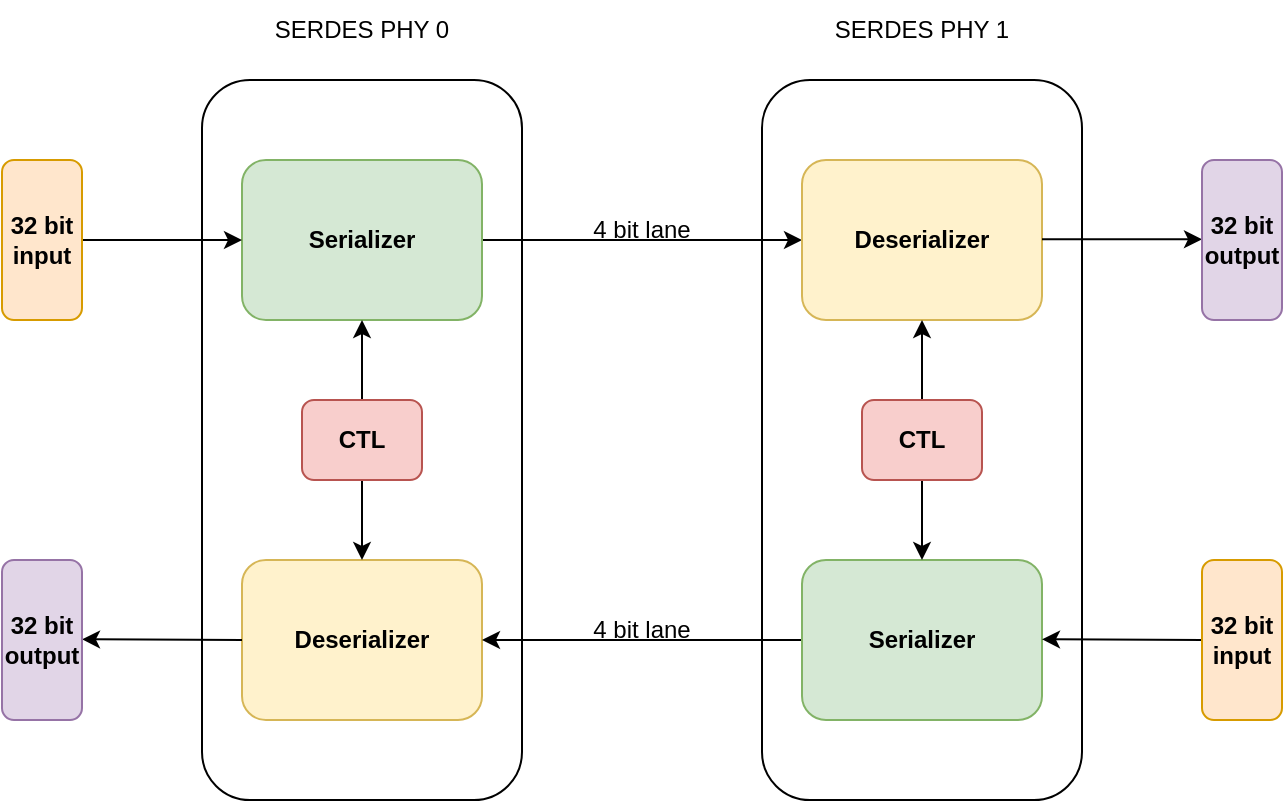
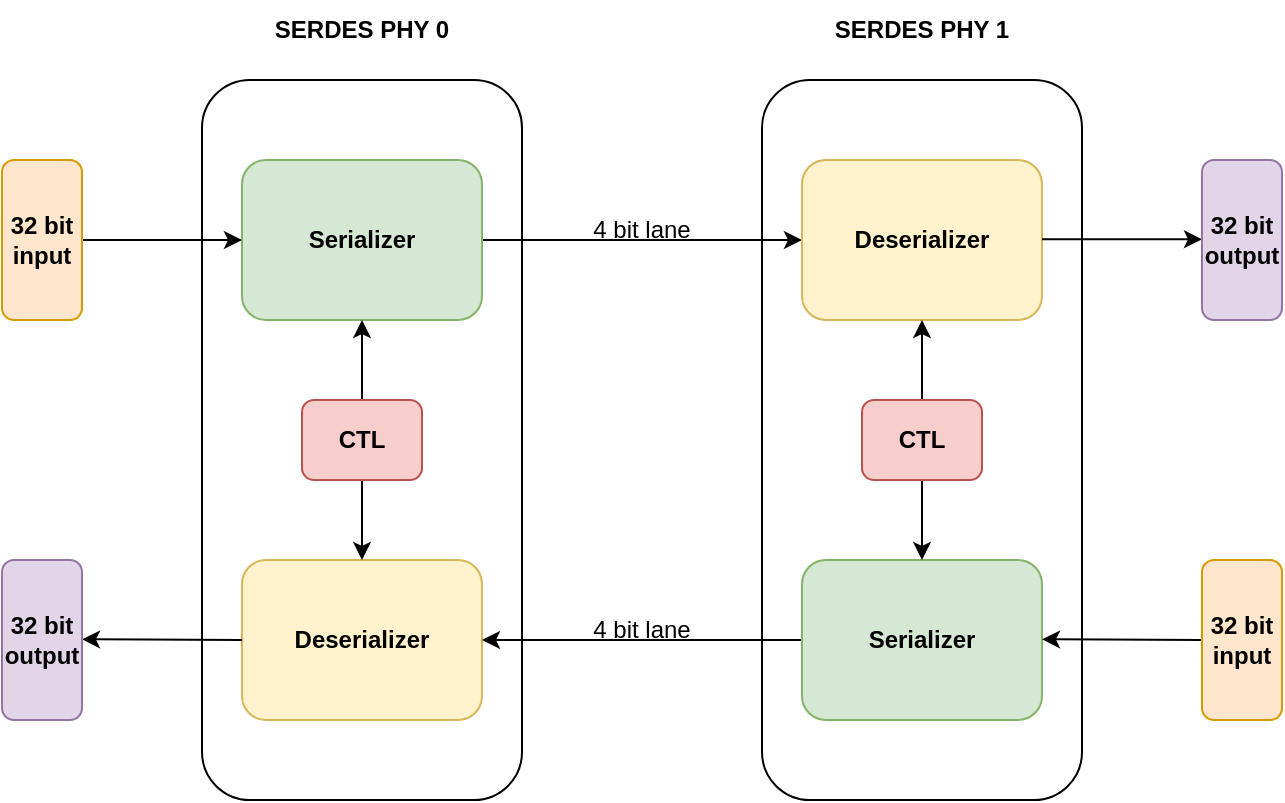
<mxfile host="app.diagrams.net" pages="6">
  <diagram name="SerDes Block Diagram" id="W4ALeMc_fcv-iuW4_5jM">
    <mxGraphModel dx="1426" dy="763" grid="1" gridSize="10" guides="1" tooltips="1" connect="1" arrows="1" fold="1" page="1" pageScale="1" pageWidth="850" pageHeight="1100" math="0" shadow="0">
      <root>
        <mxCell id="0" />
        <mxCell id="1" parent="0" />
        <mxCell id="13rOEOkUA4Yrk083lLE4-12" parent="1" style="rounded=1;whiteSpace=wrap;html=1;" value="" vertex="1">
          <mxGeometry height="360" width="160" x="460" y="160" as="geometry" />
        </mxCell>
        <mxCell id="13rOEOkUA4Yrk083lLE4-11" parent="1" style="rounded=1;whiteSpace=wrap;html=1;" value="" vertex="1">
          <mxGeometry height="360" width="160" x="180" y="160" as="geometry" />
        </mxCell>
        <mxCell id="13rOEOkUA4Yrk083lLE4-9" edge="1" parent="1" source="D67Tu_U39foHL8RCta2M-1" style="edgeStyle=orthogonalEdgeStyle;rounded=0;orthogonalLoop=1;jettySize=auto;html=1;exitX=1;exitY=0.5;exitDx=0;exitDy=0;entryX=0;entryY=0.5;entryDx=0;entryDy=0;" target="13rOEOkUA4Yrk083lLE4-4">
          <mxGeometry relative="1" as="geometry" />
        </mxCell>
        <mxCell id="D67Tu_U39foHL8RCta2M-1" parent="1" style="rounded=1;whiteSpace=wrap;html=1;fontStyle=1;fillColor=#d5e8d4;strokeColor=#82b366;" value="Serializer" vertex="1">
          <mxGeometry height="80" width="120" x="200" y="200" as="geometry" />
        </mxCell>
        <mxCell id="D67Tu_U39foHL8RCta2M-2" parent="1" style="rounded=1;whiteSpace=wrap;html=1;fontStyle=1;fillColor=#fff2cc;strokeColor=#d6b656;" value="Deserializer" vertex="1">
          <mxGeometry height="80" width="120" x="200" y="400" as="geometry" />
        </mxCell>
        <mxCell id="13rOEOkUA4Yrk083lLE4-2" edge="1" parent="1" source="13rOEOkUA4Yrk083lLE4-1" style="edgeStyle=orthogonalEdgeStyle;rounded=0;orthogonalLoop=1;jettySize=auto;html=1;entryX=0.5;entryY=1;entryDx=0;entryDy=0;" target="D67Tu_U39foHL8RCta2M-1">
          <mxGeometry relative="1" as="geometry" />
        </mxCell>
        <mxCell id="13rOEOkUA4Yrk083lLE4-3" edge="1" parent="1" source="13rOEOkUA4Yrk083lLE4-1" style="edgeStyle=orthogonalEdgeStyle;rounded=0;orthogonalLoop=1;jettySize=auto;html=1;entryX=0.5;entryY=0;entryDx=0;entryDy=0;" target="D67Tu_U39foHL8RCta2M-2">
          <mxGeometry relative="1" as="geometry" />
        </mxCell>
        <mxCell id="13rOEOkUA4Yrk083lLE4-1" parent="1" style="rounded=1;whiteSpace=wrap;html=1;fillColor=#f8cecc;strokeColor=#b85450;fontStyle=1" value="CTL" vertex="1">
          <mxGeometry height="40" width="60" x="230" y="320" as="geometry" />
        </mxCell>
        <mxCell id="13rOEOkUA4Yrk083lLE4-4" parent="1" style="rounded=1;whiteSpace=wrap;html=1;fontStyle=1;fillColor=#fff2cc;strokeColor=#d6b656;" value="Deserializer" vertex="1">
          <mxGeometry height="80" width="120" x="480" y="200" as="geometry" />
        </mxCell>
        <mxCell id="13rOEOkUA4Yrk083lLE4-10" edge="1" parent="1" source="13rOEOkUA4Yrk083lLE4-5" style="edgeStyle=orthogonalEdgeStyle;rounded=0;orthogonalLoop=1;jettySize=auto;html=1;entryX=1;entryY=0.5;entryDx=0;entryDy=0;" target="D67Tu_U39foHL8RCta2M-2">
          <mxGeometry relative="1" as="geometry" />
        </mxCell>
        <mxCell id="13rOEOkUA4Yrk083lLE4-5" parent="1" style="rounded=1;whiteSpace=wrap;html=1;fontStyle=1;fillColor=#d5e8d4;strokeColor=#82b366;" value="Serializer" vertex="1">
          <mxGeometry height="80" width="120" x="480" y="400" as="geometry" />
        </mxCell>
        <mxCell id="13rOEOkUA4Yrk083lLE4-6" edge="1" parent="1" source="13rOEOkUA4Yrk083lLE4-8" style="edgeStyle=orthogonalEdgeStyle;rounded=0;orthogonalLoop=1;jettySize=auto;html=1;entryX=0.5;entryY=1;entryDx=0;entryDy=0;" target="13rOEOkUA4Yrk083lLE4-4">
          <mxGeometry relative="1" as="geometry" />
        </mxCell>
        <mxCell id="13rOEOkUA4Yrk083lLE4-7" edge="1" parent="1" source="13rOEOkUA4Yrk083lLE4-8" style="edgeStyle=orthogonalEdgeStyle;rounded=0;orthogonalLoop=1;jettySize=auto;html=1;entryX=0.5;entryY=0;entryDx=0;entryDy=0;" target="13rOEOkUA4Yrk083lLE4-5">
          <mxGeometry relative="1" as="geometry" />
        </mxCell>
        <mxCell id="13rOEOkUA4Yrk083lLE4-8" parent="1" style="rounded=1;whiteSpace=wrap;html=1;fillColor=#f8cecc;strokeColor=#b85450;fontStyle=1" value="CTL" vertex="1">
          <mxGeometry height="40" width="60" x="510" y="320" as="geometry" />
        </mxCell>
        <mxCell id="13rOEOkUA4Yrk083lLE4-13" edge="1" parent="1" style="endArrow=classic;html=1;rounded=0;" value="">
          <mxGeometry height="50" relative="1" width="50" as="geometry">
            <mxPoint x="120" y="240" as="sourcePoint" />
            <mxPoint x="200" y="240" as="targetPoint" />
          </mxGeometry>
        </mxCell>
        <mxCell id="13rOEOkUA4Yrk083lLE4-14" edge="1" parent="1" style="endArrow=classic;html=1;rounded=0;" value="">
          <mxGeometry height="50" relative="1" width="50" as="geometry">
            <mxPoint x="600" y="239.66" as="sourcePoint" />
            <mxPoint x="680" y="239.66" as="targetPoint" />
          </mxGeometry>
        </mxCell>
        <mxCell id="13rOEOkUA4Yrk083lLE4-15" edge="1" parent="1" style="endArrow=classic;html=1;rounded=0;" value="">
          <mxGeometry height="50" relative="1" width="50" as="geometry">
            <mxPoint x="680" y="440" as="sourcePoint" />
            <mxPoint x="600" y="439.65999999999997" as="targetPoint" />
          </mxGeometry>
        </mxCell>
        <mxCell id="13rOEOkUA4Yrk083lLE4-16" edge="1" parent="1" style="endArrow=classic;html=1;rounded=0;" value="">
          <mxGeometry height="50" relative="1" width="50" as="geometry">
            <mxPoint x="200" y="440" as="sourcePoint" />
            <mxPoint x="120" y="439.65999999999997" as="targetPoint" />
          </mxGeometry>
        </mxCell>
        <mxCell id="13rOEOkUA4Yrk083lLE4-17" parent="1" style="rounded=1;whiteSpace=wrap;html=1;fillColor=#ffe6cc;strokeColor=#d79b00;fontStyle=1" value="32 bit input" vertex="1">
          <mxGeometry height="80" width="40" x="80" y="200" as="geometry" />
        </mxCell>
        <mxCell id="13rOEOkUA4Yrk083lLE4-18" parent="1" style="rounded=1;whiteSpace=wrap;html=1;fillColor=#e1d5e7;strokeColor=#9673a6;fontStyle=1" value="32 bit output" vertex="1">
          <mxGeometry height="80" width="40" x="80" y="400" as="geometry" />
        </mxCell>
        <mxCell id="13rOEOkUA4Yrk083lLE4-19" parent="1" style="rounded=1;whiteSpace=wrap;html=1;fillColor=#e1d5e7;strokeColor=#9673a6;fontStyle=1" value="32 bit output" vertex="1">
          <mxGeometry height="80" width="40" x="680" y="200" as="geometry" />
        </mxCell>
        <mxCell id="13rOEOkUA4Yrk083lLE4-20" parent="1" style="rounded=1;whiteSpace=wrap;html=1;fillColor=#ffe6cc;strokeColor=#d79b00;fontStyle=1" value="32 bit input" vertex="1">
          <mxGeometry height="80" width="40" x="680" y="400" as="geometry" />
        </mxCell>
        <mxCell id="13rOEOkUA4Yrk083lLE4-21" parent="1" style="text;html=1;whiteSpace=wrap;strokeColor=none;fillColor=none;align=center;verticalAlign=middle;rounded=0;" value="4 bit lane" vertex="1">
          <mxGeometry height="30" width="60" x="370" y="220" as="geometry" />
        </mxCell>
        <mxCell id="13rOEOkUA4Yrk083lLE4-22" parent="1" style="text;html=1;whiteSpace=wrap;strokeColor=none;fillColor=none;align=center;verticalAlign=middle;rounded=0;" value="4 bit lane" vertex="1">
          <mxGeometry height="30" width="60" x="370" y="420" as="geometry" />
        </mxCell>
-         <mxCell id="mlYiBdqm3hBiFLX8fkEW-1" parent="1" style="text;html=1;whiteSpace=wrap;strokeColor=none;fillColor=none;align=center;verticalAlign=middle;rounded=0;" value="SERDES PHY 0" vertex="1">
+         <mxCell id="mlYiBdqm3hBiFLX8fkEW-1" parent="1" style="text;html=1;whiteSpace=wrap;strokeColor=none;fillColor=none;align=center;verticalAlign=middle;rounded=0;fontStyle=1" value="SERDES PHY 0" vertex="1">
          <mxGeometry height="30" width="100" x="210" y="120" as="geometry" />
        </mxCell>
-         <mxCell id="mlYiBdqm3hBiFLX8fkEW-2" parent="1" style="text;html=1;whiteSpace=wrap;strokeColor=none;fillColor=none;align=center;verticalAlign=middle;rounded=0;" value="SERDES PHY 1" vertex="1">
+         <mxCell id="mlYiBdqm3hBiFLX8fkEW-2" parent="1" style="text;html=1;whiteSpace=wrap;strokeColor=none;fillColor=none;align=center;verticalAlign=middle;rounded=0;fontStyle=1" value="SERDES PHY 1" vertex="1">
          <mxGeometry height="30" width="100" x="490" y="120" as="geometry" />
        </mxCell>
      </root>
    </mxGraphModel>
  </diagram>
  <diagram id="SM-vHWCTu8mX1VBDOvTN" name="Serializer">
    <mxGraphModel dx="449" dy="631" grid="1" gridSize="10" guides="1" tooltips="1" connect="1" arrows="1" fold="1" page="1" pageScale="1" pageWidth="850" pageHeight="1100" math="0" shadow="0">
      <root>
        <mxCell id="0" />
        <mxCell id="1" parent="0" />
        <mxCell id="HrDtkqU3LfZi8aYhjFWm-23" parent="1" style="rounded=0;whiteSpace=wrap;html=1;fillColor=#f5f5f5;fontColor=#333333;strokeColor=#666666;" value="" vertex="1">
          <mxGeometry height="350" width="390" x="150" y="150" as="geometry" />
        </mxCell>
        <mxCell id="pC2hHluhtUZVfC5RP3EN-9" edge="1" parent="1" source="pC2hHluhtUZVfC5RP3EN-1" style="edgeStyle=orthogonalEdgeStyle;rounded=0;orthogonalLoop=1;jettySize=auto;html=1;entryX=0;entryY=0.5;entryDx=0;entryDy=0;strokeWidth=3;fontStyle=1" target="pC2hHluhtUZVfC5RP3EN-5">
          <mxGeometry relative="1" as="geometry" />
        </mxCell>
        <mxCell id="pC2hHluhtUZVfC5RP3EN-1" parent="1" style="rounded=1;whiteSpace=wrap;html=1;fontStyle=1;fillColor=#f8cecc;strokeColor=#b85450;" value="8b_10b encoder" vertex="1">
          <mxGeometry height="60" width="120" x="240" y="160" as="geometry" />
        </mxCell>
        <mxCell id="pC2hHluhtUZVfC5RP3EN-11" edge="1" parent="1" source="pC2hHluhtUZVfC5RP3EN-2" style="edgeStyle=orthogonalEdgeStyle;rounded=0;orthogonalLoop=1;jettySize=auto;html=1;strokeWidth=3;fontStyle=1" target="pC2hHluhtUZVfC5RP3EN-6" value="">
          <mxGeometry relative="1" as="geometry" />
        </mxCell>
        <mxCell id="pC2hHluhtUZVfC5RP3EN-2" parent="1" style="rounded=1;whiteSpace=wrap;html=1;fontStyle=1;fillColor=#f8cecc;strokeColor=#b85450;" value="8b_10b encoder" vertex="1">
          <mxGeometry height="60" width="120" x="240" y="240" as="geometry" />
        </mxCell>
        <mxCell id="pC2hHluhtUZVfC5RP3EN-12" edge="1" parent="1" source="pC2hHluhtUZVfC5RP3EN-3" style="edgeStyle=orthogonalEdgeStyle;rounded=0;orthogonalLoop=1;jettySize=auto;html=1;strokeWidth=3;fontStyle=1" target="pC2hHluhtUZVfC5RP3EN-7" value="">
          <mxGeometry relative="1" as="geometry" />
        </mxCell>
        <mxCell id="pC2hHluhtUZVfC5RP3EN-3" parent="1" style="rounded=1;whiteSpace=wrap;html=1;fontStyle=1;fillColor=#f8cecc;strokeColor=#b85450;" value="8b_10b encoder" vertex="1">
          <mxGeometry height="60" width="120" x="240" y="320" as="geometry" />
        </mxCell>
        <mxCell id="pC2hHluhtUZVfC5RP3EN-13" edge="1" parent="1" source="pC2hHluhtUZVfC5RP3EN-4" style="edgeStyle=orthogonalEdgeStyle;rounded=0;orthogonalLoop=1;jettySize=auto;html=1;strokeWidth=3;fontStyle=1" target="pC2hHluhtUZVfC5RP3EN-8" value="">
          <mxGeometry relative="1" as="geometry" />
        </mxCell>
        <mxCell id="pC2hHluhtUZVfC5RP3EN-4" parent="1" style="rounded=1;whiteSpace=wrap;html=1;fontStyle=1;fillColor=#f8cecc;strokeColor=#b85450;" value="8b_10b encoder" vertex="1">
          <mxGeometry height="60" width="120" x="240" y="400" as="geometry" />
        </mxCell>
        <mxCell id="89ZLC0GaL6CsAaurwa_B-12" edge="1" parent="1" source="pC2hHluhtUZVfC5RP3EN-5" style="edgeStyle=orthogonalEdgeStyle;rounded=0;orthogonalLoop=1;jettySize=auto;html=1;">
          <mxGeometry relative="1" as="geometry">
            <mxPoint x="560" y="190" as="targetPoint" />
          </mxGeometry>
        </mxCell>
        <mxCell id="pC2hHluhtUZVfC5RP3EN-5" parent="1" style="rounded=1;whiteSpace=wrap;html=1;fontStyle=1;fillColor=#ffe6cc;strokeColor=#d79b00;" value="PISO" vertex="1">
          <mxGeometry height="60" width="120" x="400" y="160" as="geometry" />
        </mxCell>
        <mxCell id="89ZLC0GaL6CsAaurwa_B-13" edge="1" parent="1" source="pC2hHluhtUZVfC5RP3EN-6" style="edgeStyle=orthogonalEdgeStyle;rounded=0;orthogonalLoop=1;jettySize=auto;html=1;">
          <mxGeometry relative="1" as="geometry">
            <mxPoint x="560" y="270" as="targetPoint" />
          </mxGeometry>
        </mxCell>
        <mxCell id="pC2hHluhtUZVfC5RP3EN-6" parent="1" style="rounded=1;whiteSpace=wrap;html=1;fontStyle=1;fillColor=#ffe6cc;strokeColor=#d79b00;" value="PISO" vertex="1">
          <mxGeometry height="60" width="120" x="400" y="240" as="geometry" />
        </mxCell>
        <mxCell id="89ZLC0GaL6CsAaurwa_B-14" edge="1" parent="1" source="pC2hHluhtUZVfC5RP3EN-7" style="edgeStyle=orthogonalEdgeStyle;rounded=0;orthogonalLoop=1;jettySize=auto;html=1;">
          <mxGeometry relative="1" as="geometry">
            <mxPoint x="560" y="350" as="targetPoint" />
          </mxGeometry>
        </mxCell>
        <mxCell id="pC2hHluhtUZVfC5RP3EN-7" parent="1" style="rounded=1;whiteSpace=wrap;html=1;fontStyle=1;fillColor=#ffe6cc;strokeColor=#d79b00;" value="PISO" vertex="1">
          <mxGeometry height="60" width="120" x="400" y="320" as="geometry" />
        </mxCell>
        <mxCell id="89ZLC0GaL6CsAaurwa_B-15" edge="1" parent="1" source="pC2hHluhtUZVfC5RP3EN-8" style="edgeStyle=orthogonalEdgeStyle;rounded=0;orthogonalLoop=1;jettySize=auto;html=1;">
          <mxGeometry relative="1" as="geometry">
            <mxPoint x="560" y="430" as="targetPoint" />
          </mxGeometry>
        </mxCell>
        <mxCell id="pC2hHluhtUZVfC5RP3EN-8" parent="1" style="rounded=1;whiteSpace=wrap;html=1;fontStyle=1;fillColor=#ffe6cc;strokeColor=#d79b00;" value="PISO" vertex="1">
          <mxGeometry height="60" width="120" x="400" y="400" as="geometry" />
        </mxCell>
        <mxCell id="89ZLC0GaL6CsAaurwa_B-1" parent="1" style="rounded=1;whiteSpace=wrap;html=1;fillColor=#ffe6cc;strokeColor=#d79b00;fontStyle=1" value="32 bit input" vertex="1">
          <mxGeometry height="80" width="40" x="80" y="270" as="geometry" />
        </mxCell>
        <mxCell id="89ZLC0GaL6CsAaurwa_B-3" edge="1" parent="1" source="89ZLC0GaL6CsAaurwa_B-1" style="endArrow=none;html=1;rounded=0;exitX=1;exitY=0.5;exitDx=0;exitDy=0;strokeWidth=3;" value="">
          <mxGeometry height="50" relative="1" width="50" as="geometry">
            <mxPoint x="150" y="310" as="sourcePoint" />
            <mxPoint x="160" y="310" as="targetPoint" />
          </mxGeometry>
        </mxCell>
        <mxCell id="89ZLC0GaL6CsAaurwa_B-4" edge="1" parent="1" source="89ZLC0GaL6CsAaurwa_B-17" style="endArrow=none;html=1;rounded=0;strokeWidth=3;" value="">
          <mxGeometry height="50" relative="1" width="50" as="geometry">
            <mxPoint x="160" y="430" as="sourcePoint" />
            <mxPoint x="160" y="190" as="targetPoint" />
          </mxGeometry>
        </mxCell>
        <mxCell id="89ZLC0GaL6CsAaurwa_B-5" edge="1" parent="1" style="endArrow=classic;html=1;rounded=0;entryX=0;entryY=0.5;entryDx=0;entryDy=0;strokeWidth=3;" target="pC2hHluhtUZVfC5RP3EN-1" value="">
          <mxGeometry height="50" relative="1" width="50" as="geometry">
            <mxPoint x="160" y="190" as="sourcePoint" />
            <mxPoint x="210" y="160" as="targetPoint" />
          </mxGeometry>
        </mxCell>
        <mxCell id="89ZLC0GaL6CsAaurwa_B-6" edge="1" parent="1" source="89ZLC0GaL6CsAaurwa_B-9" style="endArrow=classic;html=1;rounded=0;entryX=0;entryY=0.5;entryDx=0;entryDy=0;strokeWidth=3;" value="">
          <mxGeometry height="50" relative="1" width="50" as="geometry">
            <mxPoint x="160" y="269.9" as="sourcePoint" />
            <mxPoint x="240" y="269.9" as="targetPoint" />
          </mxGeometry>
        </mxCell>
        <mxCell id="89ZLC0GaL6CsAaurwa_B-7" edge="1" parent="1" source="89ZLC0GaL6CsAaurwa_B-11" style="endArrow=classic;html=1;rounded=0;entryX=0;entryY=0.5;entryDx=0;entryDy=0;strokeWidth=3;" value="">
          <mxGeometry height="50" relative="1" width="50" as="geometry">
            <mxPoint x="160" y="349.9" as="sourcePoint" />
            <mxPoint x="240" y="349.9" as="targetPoint" />
          </mxGeometry>
        </mxCell>
        <mxCell id="89ZLC0GaL6CsAaurwa_B-8" edge="1" parent="1" style="endArrow=classic;html=1;rounded=0;entryX=0;entryY=0.5;entryDx=0;entryDy=0;strokeWidth=3;" value="">
          <mxGeometry height="50" relative="1" width="50" as="geometry">
            <mxPoint x="160" y="429.9" as="sourcePoint" />
            <mxPoint x="240" y="429.9" as="targetPoint" />
          </mxGeometry>
        </mxCell>
        <mxCell id="89ZLC0GaL6CsAaurwa_B-9" parent="1" style="shape=waypoint;sketch=0;fillStyle=solid;size=6;pointerEvents=1;points=[];fillColor=none;resizable=0;rotatable=0;perimeter=centerPerimeter;snapToPoint=1;strokeWidth=3;fontStyle=0" value="" vertex="1">
          <mxGeometry height="20" width="20" x="150" y="259.9" as="geometry" />
        </mxCell>
        <mxCell id="89ZLC0GaL6CsAaurwa_B-10" edge="1" parent="1" style="endArrow=classic;html=1;rounded=0;entryDx=0;entryDy=0;strokeWidth=3;" target="89ZLC0GaL6CsAaurwa_B-11" value="">
          <mxGeometry height="50" relative="1" width="50" as="geometry">
            <mxPoint x="160" y="349.9" as="sourcePoint" />
            <mxPoint x="240" y="349.9" as="targetPoint" />
          </mxGeometry>
        </mxCell>
        <mxCell id="89ZLC0GaL6CsAaurwa_B-11" parent="1" style="shape=waypoint;sketch=0;fillStyle=solid;size=6;pointerEvents=1;points=[];fillColor=none;resizable=0;rotatable=0;perimeter=centerPerimeter;snapToPoint=1;strokeWidth=3;" value="" vertex="1">
          <mxGeometry height="20" width="20" x="150" y="340" as="geometry" />
        </mxCell>
        <mxCell id="89ZLC0GaL6CsAaurwa_B-18" edge="1" parent="1" style="endArrow=none;html=1;rounded=0;strokeWidth=3;" target="89ZLC0GaL6CsAaurwa_B-17" value="">
          <mxGeometry height="50" relative="1" width="50" as="geometry">
            <mxPoint x="160" y="430" as="sourcePoint" />
            <mxPoint x="160" y="190" as="targetPoint" />
          </mxGeometry>
        </mxCell>
        <mxCell id="89ZLC0GaL6CsAaurwa_B-17" parent="1" style="shape=waypoint;sketch=0;fillStyle=solid;size=6;pointerEvents=1;points=[];fillColor=none;resizable=0;rotatable=0;perimeter=centerPerimeter;snapToPoint=1;strokeWidth=3;fontStyle=0" value="" vertex="1">
          <mxGeometry height="20" width="20" x="150" y="300" as="geometry" />
        </mxCell>
        <mxCell id="HrDtkqU3LfZi8aYhjFWm-1" parent="1" style="text;html=1;whiteSpace=wrap;strokeColor=none;fillColor=none;align=center;verticalAlign=middle;rounded=0;" value="8 bit [31:24]" vertex="1">
          <mxGeometry height="30" width="70" x="160" y="160" as="geometry" />
        </mxCell>
        <mxCell id="HrDtkqU3LfZi8aYhjFWm-2" parent="1" style="text;html=1;whiteSpace=wrap;strokeColor=none;fillColor=none;align=center;verticalAlign=middle;rounded=0;" value="8 bit [23:16]" vertex="1">
          <mxGeometry height="30" width="70" x="160" y="240" as="geometry" />
        </mxCell>
        <mxCell id="HrDtkqU3LfZi8aYhjFWm-3" parent="1" style="text;html=1;whiteSpace=wrap;strokeColor=none;fillColor=none;align=center;verticalAlign=middle;rounded=0;" value="8 bit [15:8]" vertex="1">
          <mxGeometry height="30" width="70" x="160" y="320" as="geometry" />
        </mxCell>
        <mxCell id="HrDtkqU3LfZi8aYhjFWm-4" parent="1" style="text;html=1;whiteSpace=wrap;strokeColor=none;fillColor=none;align=center;verticalAlign=middle;rounded=0;" value="8 bit [7:0]" vertex="1">
          <mxGeometry height="30" width="70" x="160" y="400" as="geometry" />
        </mxCell>
        <mxCell id="HrDtkqU3LfZi8aYhjFWm-6" edge="1" parent="1" style="endArrow=classic;html=1;rounded=0;entryX=0.5;entryY=1;entryDx=0;entryDy=0;fillColor=#ffe6cc;strokeColor=#d79b00;" target="pC2hHluhtUZVfC5RP3EN-8" value="">
          <mxGeometry height="50" relative="1" width="50" as="geometry">
            <mxPoint x="460" y="490" as="sourcePoint" />
            <mxPoint x="470" y="470" as="targetPoint" />
          </mxGeometry>
        </mxCell>
        <mxCell id="HrDtkqU3LfZi8aYhjFWm-7" edge="1" parent="1" style="endArrow=classic;html=1;rounded=0;entryX=0.5;entryY=1;entryDx=0;entryDy=0;fillColor=#ffe6cc;strokeColor=#d79b00;" value="">
          <mxGeometry height="50" relative="1" width="50" as="geometry">
            <mxPoint x="459.83" y="400" as="sourcePoint" />
            <mxPoint x="459.83" y="380" as="targetPoint" />
          </mxGeometry>
        </mxCell>
        <mxCell id="HrDtkqU3LfZi8aYhjFWm-8" edge="1" parent="1" style="endArrow=classic;html=1;rounded=0;entryX=0.5;entryY=1;entryDx=0;entryDy=0;fillColor=#ffe6cc;strokeColor=#d79b00;" value="">
          <mxGeometry height="50" relative="1" width="50" as="geometry">
            <mxPoint x="459.92" y="320" as="sourcePoint" />
            <mxPoint x="459.92" y="300" as="targetPoint" />
          </mxGeometry>
        </mxCell>
        <mxCell id="HrDtkqU3LfZi8aYhjFWm-9" edge="1" parent="1" style="endArrow=classic;html=1;rounded=0;entryX=0.5;entryY=1;entryDx=0;entryDy=0;fillColor=#ffe6cc;strokeColor=#d79b00;" value="">
          <mxGeometry height="50" relative="1" width="50" as="geometry">
            <mxPoint x="459.75" y="240" as="sourcePoint" />
            <mxPoint x="459.75" y="220" as="targetPoint" />
          </mxGeometry>
        </mxCell>
        <mxCell id="HrDtkqU3LfZi8aYhjFWm-10" edge="1" parent="1" style="endArrow=none;html=1;rounded=0;fillColor=#ffe6cc;strokeColor=#d79b00;" value="">
          <mxGeometry height="50" relative="1" width="50" as="geometry">
            <mxPoint x="120" y="490" as="sourcePoint" />
            <mxPoint x="460" y="490" as="targetPoint" />
          </mxGeometry>
        </mxCell>
        <mxCell id="HrDtkqU3LfZi8aYhjFWm-15" edge="1" parent="1" style="endArrow=classic;html=1;rounded=0;entryX=0.5;entryY=1;entryDx=0;entryDy=0;fillColor=#f8cecc;strokeColor=#b85450;" value="">
          <mxGeometry height="50" relative="1" width="50" as="geometry">
            <mxPoint x="299.93" y="480" as="sourcePoint" />
            <mxPoint x="299.93" y="460" as="targetPoint" />
          </mxGeometry>
        </mxCell>
        <mxCell id="HrDtkqU3LfZi8aYhjFWm-16" edge="1" parent="1" style="endArrow=classic;html=1;rounded=0;entryX=0.5;entryY=1;entryDx=0;entryDy=0;fillColor=#f8cecc;strokeColor=#b85450;" value="">
          <mxGeometry height="50" relative="1" width="50" as="geometry">
            <mxPoint x="299.76" y="400" as="sourcePoint" />
            <mxPoint x="299.76" y="380" as="targetPoint" />
          </mxGeometry>
        </mxCell>
        <mxCell id="HrDtkqU3LfZi8aYhjFWm-17" edge="1" parent="1" style="endArrow=classic;html=1;rounded=0;entryX=0.5;entryY=1;entryDx=0;entryDy=0;fillColor=#f8cecc;strokeColor=#b85450;" value="">
          <mxGeometry height="50" relative="1" width="50" as="geometry">
            <mxPoint x="299.85" y="320" as="sourcePoint" />
            <mxPoint x="299.85" y="300" as="targetPoint" />
          </mxGeometry>
        </mxCell>
        <mxCell id="HrDtkqU3LfZi8aYhjFWm-18" edge="1" parent="1" style="endArrow=classic;html=1;rounded=0;entryX=0.5;entryY=1;entryDx=0;entryDy=0;fillColor=#f8cecc;strokeColor=#b85450;" value="">
          <mxGeometry height="50" relative="1" width="50" as="geometry">
            <mxPoint x="299.68" y="240" as="sourcePoint" />
            <mxPoint x="299.68" y="220" as="targetPoint" />
          </mxGeometry>
        </mxCell>
        <mxCell id="HrDtkqU3LfZi8aYhjFWm-19" edge="1" parent="1" style="endArrow=none;html=1;rounded=0;fillColor=#f8cecc;strokeColor=#b85450;" value="">
          <mxGeometry height="50" relative="1" width="50" as="geometry">
            <mxPoint x="120" y="480" as="sourcePoint" />
            <mxPoint x="300" y="480" as="targetPoint" />
          </mxGeometry>
        </mxCell>
        <mxCell id="HrDtkqU3LfZi8aYhjFWm-20" parent="1" style="text;html=1;whiteSpace=wrap;strokeColor=none;fillColor=none;align=center;verticalAlign=middle;rounded=0;" value="enc_en" vertex="1">
          <mxGeometry height="20" width="70" x="90" y="460" as="geometry" />
        </mxCell>
        <mxCell id="HrDtkqU3LfZi8aYhjFWm-21" parent="1" style="text;html=1;whiteSpace=wrap;strokeColor=none;fillColor=none;align=center;verticalAlign=middle;rounded=0;" value="load" vertex="1">
          <mxGeometry height="20" width="60" x="95" y="490" as="geometry" />
        </mxCell>
        <mxCell id="QcQl9qD14WPaOGdumEFb-1" parent="1" style="text;html=1;whiteSpace=wrap;strokeColor=none;fillColor=none;align=center;verticalAlign=middle;rounded=0;" value="serial_o_1" vertex="1">
          <mxGeometry height="30" width="70" x="560" y="175" as="geometry" />
        </mxCell>
        <mxCell id="QcQl9qD14WPaOGdumEFb-2" parent="1" style="text;html=1;whiteSpace=wrap;strokeColor=none;fillColor=none;align=center;verticalAlign=middle;rounded=0;" value="serial_o_2" vertex="1">
          <mxGeometry height="30" width="70" x="560" y="254.9" as="geometry" />
        </mxCell>
        <mxCell id="QcQl9qD14WPaOGdumEFb-3" parent="1" style="text;html=1;whiteSpace=wrap;strokeColor=none;fillColor=none;align=center;verticalAlign=middle;rounded=0;" value="serial_o_3" vertex="1">
          <mxGeometry height="30" width="70" x="560" y="335" as="geometry" />
        </mxCell>
        <mxCell id="QcQl9qD14WPaOGdumEFb-4" parent="1" style="text;html=1;whiteSpace=wrap;strokeColor=none;fillColor=none;align=center;verticalAlign=middle;rounded=0;" value="serial_o_4" vertex="1">
          <mxGeometry height="30" width="70" x="560" y="415" as="geometry" />
        </mxCell>
      </root>
    </mxGraphModel>
  </diagram>
  <diagram id="Xj6hvQzYHJ6Y6QKgor_t" name="Deserializer">
    <mxGraphModel dx="654" dy="921" grid="1" gridSize="10" guides="1" tooltips="1" connect="1" arrows="1" fold="1" page="1" pageScale="1" pageWidth="850" pageHeight="1100" math="0" shadow="0">
      <root>
        <mxCell id="0" />
        <mxCell id="1" parent="0" />
        <mxCell id="0dXxwzbn42iffygLzoBh-2" parent="1" style="rounded=0;whiteSpace=wrap;html=1;fillColor=#f5f5f5;fontColor=#333333;strokeColor=#666666;" value="" vertex="1">
          <mxGeometry height="360" width="350" x="260" y="270" as="geometry" />
        </mxCell>
        <mxCell id="9Eho-R_DtEHTD2qOrNkG-1" parent="1" style="rounded=1;whiteSpace=wrap;html=1;fontStyle=1;fillColor=#f8cecc;strokeColor=#b85450;" value="8b_10b decoder" vertex="1">
          <mxGeometry height="60" width="120" x="440" y="280" as="geometry" />
        </mxCell>
        <mxCell id="9Eho-R_DtEHTD2qOrNkG-2" parent="1" style="rounded=1;whiteSpace=wrap;html=1;fontStyle=1;fillColor=#f8cecc;strokeColor=#b85450;" value="8b_10b decoder" vertex="1">
          <mxGeometry height="60" width="120" x="440" y="360" as="geometry" />
        </mxCell>
        <mxCell id="9Eho-R_DtEHTD2qOrNkG-3" parent="1" style="rounded=1;whiteSpace=wrap;html=1;fontStyle=1;fillColor=#f8cecc;strokeColor=#b85450;" value="8b_10b decoder" vertex="1">
          <mxGeometry height="60" width="120" x="440" y="440" as="geometry" />
        </mxCell>
        <mxCell id="9Eho-R_DtEHTD2qOrNkG-4" parent="1" style="rounded=1;whiteSpace=wrap;html=1;fontStyle=1;fillColor=#f8cecc;strokeColor=#b85450;" value="8b_10b decoder" vertex="1">
          <mxGeometry height="60" width="120" x="440" y="520" as="geometry" />
        </mxCell>
        <mxCell id="9Eho-R_DtEHTD2qOrNkG-6" edge="1" parent="1" style="endArrow=classic;html=1;rounded=0;entryX=0.5;entryY=1;entryDx=0;entryDy=0;fillColor=#f8cecc;strokeColor=#b85450;" value="">
          <mxGeometry height="50" relative="1" width="50" as="geometry">
            <mxPoint x="499.76" y="520" as="sourcePoint" />
            <mxPoint x="499.76" y="500" as="targetPoint" />
          </mxGeometry>
        </mxCell>
        <mxCell id="9Eho-R_DtEHTD2qOrNkG-7" edge="1" parent="1" style="endArrow=classic;html=1;rounded=0;entryX=0.5;entryY=1;entryDx=0;entryDy=0;fillColor=#f8cecc;strokeColor=#b85450;" value="">
          <mxGeometry height="50" relative="1" width="50" as="geometry">
            <mxPoint x="499.85" y="440" as="sourcePoint" />
            <mxPoint x="499.85" y="420" as="targetPoint" />
          </mxGeometry>
        </mxCell>
        <mxCell id="9Eho-R_DtEHTD2qOrNkG-8" edge="1" parent="1" style="endArrow=classic;html=1;rounded=0;entryX=0.5;entryY=1;entryDx=0;entryDy=0;fillColor=#f8cecc;strokeColor=#b85450;" value="">
          <mxGeometry height="50" relative="1" width="50" as="geometry">
            <mxPoint x="499.68" y="360" as="sourcePoint" />
            <mxPoint x="499.68" y="340" as="targetPoint" />
          </mxGeometry>
        </mxCell>
        <mxCell id="4FhU8_3ytNa-HGq9HzIw-1" edge="1" parent="1" source="4FhU8_3ytNa-HGq9HzIw-2" style="edgeStyle=orthogonalEdgeStyle;rounded=0;orthogonalLoop=1;jettySize=auto;html=1;strokeWidth=3;">
          <mxGeometry relative="1" as="geometry">
            <mxPoint x="440" y="310" as="targetPoint" />
          </mxGeometry>
        </mxCell>
        <mxCell id="4FhU8_3ytNa-HGq9HzIw-2" parent="1" style="rounded=1;whiteSpace=wrap;html=1;fontStyle=1;fillColor=#ffe6cc;strokeColor=#d79b00;" value="SIPO" vertex="1">
          <mxGeometry height="60" width="120" x="280" y="280" as="geometry" />
        </mxCell>
        <mxCell id="4FhU8_3ytNa-HGq9HzIw-3" edge="1" parent="1" source="4FhU8_3ytNa-HGq9HzIw-4" style="edgeStyle=orthogonalEdgeStyle;rounded=0;orthogonalLoop=1;jettySize=auto;html=1;strokeWidth=3;">
          <mxGeometry relative="1" as="geometry">
            <mxPoint x="440" y="390" as="targetPoint" />
          </mxGeometry>
        </mxCell>
        <mxCell id="4FhU8_3ytNa-HGq9HzIw-4" parent="1" style="rounded=1;whiteSpace=wrap;html=1;fontStyle=1;fillColor=#ffe6cc;strokeColor=#d79b00;" value="SIPO" vertex="1">
          <mxGeometry height="60" width="120" x="280" y="360" as="geometry" />
        </mxCell>
        <mxCell id="4FhU8_3ytNa-HGq9HzIw-5" edge="1" parent="1" source="4FhU8_3ytNa-HGq9HzIw-6" style="edgeStyle=orthogonalEdgeStyle;rounded=0;orthogonalLoop=1;jettySize=auto;html=1;strokeWidth=3;">
          <mxGeometry relative="1" as="geometry">
            <mxPoint x="440" y="470" as="targetPoint" />
          </mxGeometry>
        </mxCell>
        <mxCell id="4FhU8_3ytNa-HGq9HzIw-6" parent="1" style="rounded=1;whiteSpace=wrap;html=1;fontStyle=1;fillColor=#ffe6cc;strokeColor=#d79b00;" value="SIPO" vertex="1">
          <mxGeometry height="60" width="120" x="280" y="440" as="geometry" />
        </mxCell>
        <mxCell id="4FhU8_3ytNa-HGq9HzIw-7" edge="1" parent="1" source="4FhU8_3ytNa-HGq9HzIw-8" style="edgeStyle=orthogonalEdgeStyle;rounded=0;orthogonalLoop=1;jettySize=auto;html=1;strokeWidth=3;">
          <mxGeometry relative="1" as="geometry">
            <mxPoint x="440" y="550" as="targetPoint" />
          </mxGeometry>
        </mxCell>
        <mxCell id="4FhU8_3ytNa-HGq9HzIw-8" parent="1" style="rounded=1;whiteSpace=wrap;html=1;fontStyle=1;fillColor=#ffe6cc;strokeColor=#d79b00;" value="SIPO" vertex="1">
          <mxGeometry height="60" width="120" x="280" y="520" as="geometry" />
        </mxCell>
        <mxCell id="4FhU8_3ytNa-HGq9HzIw-9" edge="1" parent="1" style="endArrow=classic;html=1;rounded=0;entryX=0.5;entryY=1;entryDx=0;entryDy=0;fillColor=#ffe6cc;strokeColor=#d79b00;" value="">
          <mxGeometry height="50" relative="1" width="50" as="geometry">
            <mxPoint x="339.8299999999999" y="520" as="sourcePoint" />
            <mxPoint x="339.8299999999999" y="500" as="targetPoint" />
          </mxGeometry>
        </mxCell>
        <mxCell id="4FhU8_3ytNa-HGq9HzIw-10" edge="1" parent="1" style="endArrow=classic;html=1;rounded=0;entryX=0.5;entryY=1;entryDx=0;entryDy=0;fillColor=#ffe6cc;strokeColor=#d79b00;" value="">
          <mxGeometry height="50" relative="1" width="50" as="geometry">
            <mxPoint x="339.9200000000001" y="440" as="sourcePoint" />
            <mxPoint x="339.9200000000001" y="420" as="targetPoint" />
          </mxGeometry>
        </mxCell>
        <mxCell id="4FhU8_3ytNa-HGq9HzIw-11" edge="1" parent="1" style="endArrow=classic;html=1;rounded=0;entryX=0.5;entryY=1;entryDx=0;entryDy=0;fillColor=#ffe6cc;strokeColor=#d79b00;" value="">
          <mxGeometry height="50" relative="1" width="50" as="geometry">
            <mxPoint x="339.75" y="360" as="sourcePoint" />
            <mxPoint x="339.75" y="340" as="targetPoint" />
          </mxGeometry>
        </mxCell>
        <mxCell id="4FhU8_3ytNa-HGq9HzIw-12" edge="1" parent="1" style="edgeStyle=orthogonalEdgeStyle;rounded=0;orthogonalLoop=1;jettySize=auto;html=1;">
          <mxGeometry relative="1" as="geometry">
            <mxPoint x="240" y="310" as="sourcePoint" />
            <mxPoint x="280" y="310" as="targetPoint" />
          </mxGeometry>
        </mxCell>
        <mxCell id="4FhU8_3ytNa-HGq9HzIw-13" edge="1" parent="1" style="edgeStyle=orthogonalEdgeStyle;rounded=0;orthogonalLoop=1;jettySize=auto;html=1;">
          <mxGeometry relative="1" as="geometry">
            <mxPoint x="240" y="390" as="sourcePoint" />
            <mxPoint x="280" y="390" as="targetPoint" />
          </mxGeometry>
        </mxCell>
        <mxCell id="4FhU8_3ytNa-HGq9HzIw-14" edge="1" parent="1" style="edgeStyle=orthogonalEdgeStyle;rounded=0;orthogonalLoop=1;jettySize=auto;html=1;">
          <mxGeometry relative="1" as="geometry">
            <mxPoint x="240" y="470" as="sourcePoint" />
            <mxPoint x="280" y="470" as="targetPoint" />
          </mxGeometry>
        </mxCell>
        <mxCell id="4FhU8_3ytNa-HGq9HzIw-15" edge="1" parent="1" style="edgeStyle=orthogonalEdgeStyle;rounded=0;orthogonalLoop=1;jettySize=auto;html=1;">
          <mxGeometry relative="1" as="geometry">
            <mxPoint x="240" y="550" as="sourcePoint" />
            <mxPoint x="280" y="550" as="targetPoint" />
          </mxGeometry>
        </mxCell>
        <mxCell id="4FhU8_3ytNa-HGq9HzIw-16" edge="1" parent="1" style="endArrow=classic;html=1;rounded=0;entryX=0.5;entryY=1;entryDx=0;entryDy=0;fillColor=#ffe6cc;strokeColor=#d79b00;" value="">
          <mxGeometry height="50" relative="1" width="50" as="geometry">
            <mxPoint x="339.86" y="610" as="sourcePoint" />
            <mxPoint x="339.85999999999996" y="580" as="targetPoint" />
          </mxGeometry>
        </mxCell>
        <mxCell id="4FhU8_3ytNa-HGq9HzIw-17" edge="1" parent="1" style="endArrow=classic;html=1;rounded=0;entryX=0.5;entryY=1;entryDx=0;entryDy=0;fillColor=#f8cecc;strokeColor=#b85450;" value="">
          <mxGeometry height="50" relative="1" width="50" as="geometry">
            <mxPoint x="499.86" y="600" as="sourcePoint" />
            <mxPoint x="499.86" y="580" as="targetPoint" />
          </mxGeometry>
        </mxCell>
        <mxCell id="4FhU8_3ytNa-HGq9HzIw-18" edge="1" parent="1" style="endArrow=none;html=1;rounded=0;fillColor=#f8cecc;strokeColor=#b85450;" value="">
          <mxGeometry height="50" relative="1" width="50" as="geometry">
            <mxPoint x="500" y="600" as="sourcePoint" />
            <mxPoint x="640" y="600" as="targetPoint" />
          </mxGeometry>
        </mxCell>
        <mxCell id="4FhU8_3ytNa-HGq9HzIw-19" edge="1" parent="1" style="endArrow=none;html=1;rounded=0;fillColor=#fff2cc;strokeColor=#d6b656;" value="">
          <mxGeometry height="50" relative="1" width="50" as="geometry">
            <mxPoint x="340" y="610" as="sourcePoint" />
            <mxPoint x="640" y="610" as="targetPoint" />
          </mxGeometry>
        </mxCell>
        <mxCell id="Y27FuvalkqwhmIXFjHxQ-1" edge="1" parent="1" style="endArrow=none;html=1;rounded=0;strokeWidth=3;" value="">
          <mxGeometry height="50" relative="1" width="50" as="geometry">
            <mxPoint x="560" y="310" as="sourcePoint" />
            <mxPoint x="600" y="310" as="targetPoint" />
          </mxGeometry>
        </mxCell>
        <mxCell id="Y27FuvalkqwhmIXFjHxQ-2" edge="1" parent="1" style="endArrow=none;html=1;rounded=0;strokeWidth=3;" value="">
          <mxGeometry height="50" relative="1" width="50" as="geometry">
            <mxPoint x="560" y="389.8" as="sourcePoint" />
            <mxPoint x="600" y="389.8" as="targetPoint" />
          </mxGeometry>
        </mxCell>
        <mxCell id="Y27FuvalkqwhmIXFjHxQ-3" edge="1" parent="1" style="endArrow=none;html=1;rounded=0;strokeWidth=3;" value="">
          <mxGeometry height="50" relative="1" width="50" as="geometry">
            <mxPoint x="560" y="469.8" as="sourcePoint" />
            <mxPoint x="600" y="469.8" as="targetPoint" />
          </mxGeometry>
        </mxCell>
        <mxCell id="Y27FuvalkqwhmIXFjHxQ-4" edge="1" parent="1" style="endArrow=none;html=1;rounded=0;strokeWidth=3;" value="">
          <mxGeometry height="50" relative="1" width="50" as="geometry">
            <mxPoint x="560" y="550" as="sourcePoint" />
            <mxPoint x="600" y="550" as="targetPoint" />
          </mxGeometry>
        </mxCell>
        <mxCell id="Y27FuvalkqwhmIXFjHxQ-5" edge="1" parent="1" source="0dXxwzbn42iffygLzoBh-4" style="endArrow=none;html=1;rounded=0;strokeWidth=3;" value="">
          <mxGeometry height="50" relative="1" width="50" as="geometry">
            <mxPoint x="600" y="550" as="sourcePoint" />
            <mxPoint x="600" y="310" as="targetPoint" />
          </mxGeometry>
        </mxCell>
        <mxCell id="Y27FuvalkqwhmIXFjHxQ-6" edge="1" parent="1" style="endArrow=classic;html=1;rounded=0;strokeWidth=3;" value="">
          <mxGeometry height="50" relative="1" width="50" as="geometry">
            <mxPoint x="600" y="430" as="sourcePoint" />
            <mxPoint x="640" y="430" as="targetPoint" />
          </mxGeometry>
        </mxCell>
        <mxCell id="0dXxwzbn42iffygLzoBh-1" parent="1" style="rounded=1;whiteSpace=wrap;html=1;fillColor=#e1d5e7;strokeColor=#9673a6;fontStyle=1" value="32 bit output" vertex="1">
          <mxGeometry height="80" width="40" x="640" y="400" as="geometry" />
        </mxCell>
        <mxCell id="0dXxwzbn42iffygLzoBh-3" edge="1" parent="1" source="0dXxwzbn42iffygLzoBh-7" style="endArrow=none;html=1;rounded=0;strokeWidth=3;" target="0dXxwzbn42iffygLzoBh-4" value="">
          <mxGeometry height="50" relative="1" width="50" as="geometry">
            <mxPoint x="600" y="550" as="sourcePoint" />
            <mxPoint x="600" y="310" as="targetPoint" />
          </mxGeometry>
        </mxCell>
        <mxCell id="0dXxwzbn42iffygLzoBh-4" parent="1" style="shape=waypoint;sketch=0;fillStyle=solid;size=6;pointerEvents=1;points=[];fillColor=none;resizable=0;rotatable=0;perimeter=centerPerimeter;snapToPoint=1;" value="" vertex="1">
          <mxGeometry height="20" width="20" x="590" y="380" as="geometry" />
        </mxCell>
        <mxCell id="0dXxwzbn42iffygLzoBh-5" parent="1" style="shape=waypoint;sketch=0;fillStyle=solid;size=6;pointerEvents=1;points=[];fillColor=none;resizable=0;rotatable=0;perimeter=centerPerimeter;snapToPoint=1;" value="" vertex="1">
          <mxGeometry height="20" width="20" x="590" y="420" as="geometry" />
        </mxCell>
        <mxCell id="0dXxwzbn42iffygLzoBh-6" edge="1" parent="1" style="endArrow=none;html=1;rounded=0;strokeWidth=3;" target="0dXxwzbn42iffygLzoBh-7" value="">
          <mxGeometry height="50" relative="1" width="50" as="geometry">
            <mxPoint x="600" y="550" as="sourcePoint" />
            <mxPoint x="600" y="390" as="targetPoint" />
          </mxGeometry>
        </mxCell>
        <mxCell id="0dXxwzbn42iffygLzoBh-7" parent="1" style="shape=waypoint;sketch=0;fillStyle=solid;size=6;pointerEvents=1;points=[];fillColor=none;resizable=0;rotatable=0;perimeter=centerPerimeter;snapToPoint=1;" value="" vertex="1">
          <mxGeometry height="20" width="20" x="590" y="460" as="geometry" />
        </mxCell>
        <mxCell id="YFCXRl7140KZuvFQboWs-1" parent="1" style="text;html=1;whiteSpace=wrap;strokeColor=none;fillColor=none;align=center;verticalAlign=middle;rounded=0;" value="dec_en" vertex="1">
          <mxGeometry height="20" width="70" x="620" y="580" as="geometry" />
        </mxCell>
        <mxCell id="YFCXRl7140KZuvFQboWs-2" parent="1" style="text;html=1;whiteSpace=wrap;strokeColor=none;fillColor=none;align=center;verticalAlign=middle;rounded=0;" value="shift" vertex="1">
          <mxGeometry height="20" width="60" x="625" y="610" as="geometry" />
        </mxCell>
        <mxCell id="KodPqWTuBWEgRH-Iei6Q-1" parent="1" style="text;html=1;whiteSpace=wrap;strokeColor=none;fillColor=none;align=center;verticalAlign=middle;rounded=0;" value="8 bit [31:24]" vertex="1">
          <mxGeometry height="30" width="70" x="560" y="280" as="geometry" />
        </mxCell>
        <mxCell id="KodPqWTuBWEgRH-Iei6Q-2" parent="1" style="text;html=1;whiteSpace=wrap;strokeColor=none;fillColor=none;align=center;verticalAlign=middle;rounded=0;" value="8 bit [23:16]" vertex="1">
          <mxGeometry height="30" width="70" x="560" y="360" as="geometry" />
        </mxCell>
        <mxCell id="KodPqWTuBWEgRH-Iei6Q-3" parent="1" style="text;html=1;whiteSpace=wrap;strokeColor=none;fillColor=none;align=center;verticalAlign=middle;rounded=0;" value="8 bit [15:8]" vertex="1">
          <mxGeometry height="30" width="70" x="560" y="440" as="geometry" />
        </mxCell>
        <mxCell id="KodPqWTuBWEgRH-Iei6Q-4" parent="1" style="text;html=1;whiteSpace=wrap;strokeColor=none;fillColor=none;align=center;verticalAlign=middle;rounded=0;" value="8 bit [7:0]" vertex="1">
          <mxGeometry height="30" width="70" x="560" y="520" as="geometry" />
        </mxCell>
        <mxCell id="6H31x1Nu35Kd_6djOqIf-1" parent="1" style="text;html=1;whiteSpace=wrap;strokeColor=none;fillColor=none;align=center;verticalAlign=middle;rounded=0;" value="serial_i_1" vertex="1">
          <mxGeometry height="30" width="70" x="170" y="295" as="geometry" />
        </mxCell>
        <mxCell id="6H31x1Nu35Kd_6djOqIf-2" parent="1" style="text;html=1;whiteSpace=wrap;strokeColor=none;fillColor=none;align=center;verticalAlign=middle;rounded=0;" value="serial_i_2" vertex="1">
          <mxGeometry height="30" width="70" x="170" y="374.9" as="geometry" />
        </mxCell>
        <mxCell id="6H31x1Nu35Kd_6djOqIf-3" parent="1" style="text;html=1;whiteSpace=wrap;strokeColor=none;fillColor=none;align=center;verticalAlign=middle;rounded=0;" value="serial_i_3" vertex="1">
          <mxGeometry height="30" width="70" x="170" y="455" as="geometry" />
        </mxCell>
        <mxCell id="6H31x1Nu35Kd_6djOqIf-4" parent="1" style="text;html=1;whiteSpace=wrap;strokeColor=none;fillColor=none;align=center;verticalAlign=middle;rounded=0;" value="serial_i_4" vertex="1">
          <mxGeometry height="30" width="70" x="170" y="535" as="geometry" />
        </mxCell>
      </root>
    </mxGraphModel>
  </diagram>
  <diagram id="LtfCEwQRb_0pcri6VYEg" name="CTL">
-     <mxGraphModel dx="374" dy="526" grid="1" gridSize="10" guides="1" tooltips="1" connect="1" arrows="1" fold="1" page="1" pageScale="1" pageWidth="850" pageHeight="1100" math="0" shadow="0">
+     <mxGraphModel dx="785" dy="1105" grid="1" gridSize="10" guides="1" tooltips="1" connect="1" arrows="1" fold="1" page="1" pageScale="1" pageWidth="850" pageHeight="1100" math="0" shadow="0">
      <root>
        <mxCell id="0" />
        <mxCell id="1" parent="0" />
-         <mxCell id="_CrQV-zDCVkHGZZEceEw-1" parent="1" style="rounded=0;whiteSpace=wrap;html=1;fillColor=#f5f5f5;fontColor=#333333;strokeColor=#666666;" value="" vertex="1">
+         <mxCell id="_CrQV-zDCVkHGZZEceEw-1" parent="1" style="rounded=0;whiteSpace=wrap;html=1;fillColor=#f5f5f5;fontColor=#333333;strokeColor=#666666;fontStyle=1" value="" vertex="1">
          <mxGeometry height="320" width="160" x="260" y="100" as="geometry" />
        </mxCell>
-         <mxCell id="G8Zy-LlNMrhHeW_77g2g-1" parent="1" style="rounded=1;whiteSpace=wrap;html=1;fillColor=#ffe6cc;strokeColor=#d79b00;" value="Serializer CTL" vertex="1">
+         <mxCell id="G8Zy-LlNMrhHeW_77g2g-1" parent="1" style="rounded=1;whiteSpace=wrap;html=1;fillColor=#ffe6cc;strokeColor=#d79b00;fontStyle=1" value="Serializer CTL" vertex="1">
          <mxGeometry height="120" width="120" x="280" y="120" as="geometry" />
        </mxCell>
-         <mxCell id="wIeQdBnEv0pdlUBdbEon-1" parent="1" style="rounded=1;whiteSpace=wrap;html=1;fillColor=#fff2cc;strokeColor=#d6b656;" value="Deserializer CTL" vertex="1">
+         <mxCell id="wIeQdBnEv0pdlUBdbEon-1" parent="1" style="rounded=1;whiteSpace=wrap;html=1;fillColor=#fff2cc;strokeColor=#d6b656;fontStyle=1" value="Deserializer CTL" vertex="1">
          <mxGeometry height="120" width="120" x="280" y="280" as="geometry" />
        </mxCell>
-         <mxCell id="X-qPLqKzp9THK4t3gmV8-1" edge="1" parent="1" style="endArrow=classic;html=1;rounded=0;" value="">
+         <mxCell id="X-qPLqKzp9THK4t3gmV8-1" edge="1" parent="1" style="endArrow=classic;html=1;rounded=0;fontStyle=1" value="">
          <mxGeometry height="50" relative="1" width="50" as="geometry">
            <mxPoint x="400" y="140" as="sourcePoint" />
            <mxPoint x="440" y="140" as="targetPoint" />
          </mxGeometry>
        </mxCell>
-         <mxCell id="X-qPLqKzp9THK4t3gmV8-2" edge="1" parent="1" style="endArrow=classic;html=1;rounded=0;" value="">
+         <mxCell id="X-qPLqKzp9THK4t3gmV8-2" edge="1" parent="1" style="endArrow=classic;html=1;rounded=0;fontStyle=1" value="">
          <mxGeometry height="50" relative="1" width="50" as="geometry">
            <mxPoint x="400" y="160" as="sourcePoint" />
            <mxPoint x="440" y="160" as="targetPoint" />
          </mxGeometry>
        </mxCell>
-         <mxCell id="X-qPLqKzp9THK4t3gmV8-3" edge="1" parent="1" style="endArrow=classic;html=1;rounded=0;" value="">
+         <mxCell id="X-qPLqKzp9THK4t3gmV8-3" edge="1" parent="1" style="endArrow=classic;html=1;rounded=0;fontStyle=1" value="">
          <mxGeometry height="50" relative="1" width="50" as="geometry">
            <mxPoint x="400" y="220" as="sourcePoint" />
            <mxPoint x="440" y="220" as="targetPoint" />
          </mxGeometry>
        </mxCell>
        <mxCell id="X-qPLqKzp9THK4t3gmV8-4" parent="1" style="text;html=1;whiteSpace=wrap;strokeColor=none;fillColor=none;align=center;verticalAlign=middle;rounded=0;" value="enc_en" vertex="1">
          <mxGeometry height="20" width="60" x="430" y="130" as="geometry" />
        </mxCell>
        <mxCell id="X-qPLqKzp9THK4t3gmV8-5" parent="1" style="text;html=1;whiteSpace=wrap;strokeColor=none;fillColor=none;align=center;verticalAlign=middle;rounded=0;" value="load" vertex="1">
          <mxGeometry height="20" width="60" x="430" y="150" as="geometry" />
        </mxCell>
        <mxCell id="X-qPLqKzp9THK4t3gmV8-6" parent="1" style="text;html=1;whiteSpace=wrap;strokeColor=none;fillColor=none;align=center;verticalAlign=middle;rounded=0;" value="shift" vertex="1">
          <mxGeometry height="20" width="50" x="430" y="190" as="geometry" />
        </mxCell>
-         <mxCell id="X-qPLqKzp9THK4t3gmV8-9" edge="1" parent="1" style="endArrow=classic;html=1;rounded=0;" value="">
+         <mxCell id="X-qPLqKzp9THK4t3gmV8-9" edge="1" parent="1" style="endArrow=classic;html=1;rounded=0;fontStyle=1" value="">
          <mxGeometry height="50" relative="1" width="50" as="geometry">
            <mxPoint x="400" y="200" as="sourcePoint" />
            <mxPoint x="440" y="200" as="targetPoint" />
          </mxGeometry>
        </mxCell>
        <mxCell id="X-qPLqKzp9THK4t3gmV8-10" parent="1" style="text;html=1;whiteSpace=wrap;strokeColor=none;fillColor=none;align=center;verticalAlign=middle;rounded=0;" value="start_o" vertex="1">
          <mxGeometry height="20" width="60" x="430" y="210" as="geometry" />
        </mxCell>
-         <mxCell id="FiRCwvCaNsapRFeykQAh-1" edge="1" parent="1" style="endArrow=classic;html=1;rounded=0;" value="">
+         <mxCell id="FiRCwvCaNsapRFeykQAh-1" edge="1" parent="1" style="endArrow=classic;html=1;rounded=0;fontStyle=1" value="">
          <mxGeometry height="50" relative="1" width="50" as="geometry">
            <mxPoint x="240" y="140" as="sourcePoint" />
            <mxPoint x="280" y="140" as="targetPoint" />
          </mxGeometry>
        </mxCell>
-         <mxCell id="FiRCwvCaNsapRFeykQAh-2" edge="1" parent="1" style="endArrow=classic;html=1;rounded=0;" value="">
+         <mxCell id="FiRCwvCaNsapRFeykQAh-2" edge="1" parent="1" style="endArrow=classic;html=1;rounded=0;fontStyle=1" value="">
          <mxGeometry height="50" relative="1" width="50" as="geometry">
            <mxPoint x="240" y="169.99999999999997" as="sourcePoint" />
            <mxPoint x="280" y="169.99999999999997" as="targetPoint" />
          </mxGeometry>
        </mxCell>
        <mxCell id="-koC4CC0GxtnMthY_ZYP-1" parent="1" style="text;html=1;whiteSpace=wrap;strokeColor=none;fillColor=none;align=center;verticalAlign=middle;rounded=0;" value="i_enc" vertex="1">
          <mxGeometry height="20" width="50" x="200" y="130" as="geometry" />
        </mxCell>
-         <mxCell id="fXZoLBTZdYtHPpYVtO70-1" edge="1" parent="1" style="endArrow=classic;html=1;rounded=0;" value="">
+         <mxCell id="fXZoLBTZdYtHPpYVtO70-1" edge="1" parent="1" style="endArrow=classic;html=1;rounded=0;fontStyle=1" value="">
          <mxGeometry height="50" relative="1" width="50" as="geometry">
            <mxPoint x="240" y="199.82999999999998" as="sourcePoint" />
            <mxPoint x="280" y="199.82999999999998" as="targetPoint" />
          </mxGeometry>
        </mxCell>
        <mxCell id="fXZoLBTZdYtHPpYVtO70-4" parent="1" style="text;html=1;whiteSpace=wrap;strokeColor=none;fillColor=none;align=center;verticalAlign=middle;rounded=0;" value="clk" vertex="1">
          <mxGeometry height="20" width="50" x="200" y="160" as="geometry" />
        </mxCell>
        <mxCell id="fXZoLBTZdYtHPpYVtO70-5" parent="1" style="text;html=1;whiteSpace=wrap;strokeColor=none;fillColor=none;align=center;verticalAlign=middle;rounded=0;" value="rst_n" vertex="1">
          <mxGeometry height="20" width="50" x="200" y="190" as="geometry" />
        </mxCell>
-         <mxCell id="VAVcrOQZbDeR2DRLSXw2-1" edge="1" parent="1" style="endArrow=classic;html=1;rounded=0;" value="">
+         <mxCell id="VAVcrOQZbDeR2DRLSXw2-1" edge="1" parent="1" style="endArrow=classic;html=1;rounded=0;fontStyle=1" value="">
          <mxGeometry height="50" relative="1" width="50" as="geometry">
            <mxPoint x="240" y="310" as="sourcePoint" />
            <mxPoint x="280" y="310" as="targetPoint" />
          </mxGeometry>
        </mxCell>
-         <mxCell id="VAVcrOQZbDeR2DRLSXw2-2" edge="1" parent="1" style="endArrow=classic;html=1;rounded=0;" value="">
+         <mxCell id="VAVcrOQZbDeR2DRLSXw2-2" edge="1" parent="1" style="endArrow=classic;html=1;rounded=0;fontStyle=1" value="">
          <mxGeometry height="50" relative="1" width="50" as="geometry">
            <mxPoint x="240" y="340" as="sourcePoint" />
            <mxPoint x="280" y="340" as="targetPoint" />
          </mxGeometry>
        </mxCell>
        <mxCell id="VAVcrOQZbDeR2DRLSXw2-3" parent="1" style="text;html=1;whiteSpace=wrap;strokeColor=none;fillColor=none;align=center;verticalAlign=middle;rounded=0;" value="i_dec" vertex="1">
          <mxGeometry height="20" width="50" x="190" y="300" as="geometry" />
        </mxCell>
-         <mxCell id="VAVcrOQZbDeR2DRLSXw2-4" edge="1" parent="1" style="endArrow=classic;html=1;rounded=0;" value="">
+         <mxCell id="VAVcrOQZbDeR2DRLSXw2-4" edge="1" parent="1" style="endArrow=classic;html=1;rounded=0;fontStyle=1" value="">
          <mxGeometry height="50" relative="1" width="50" as="geometry">
            <mxPoint x="240" y="369.83" as="sourcePoint" />
            <mxPoint x="280" y="369.83" as="targetPoint" />
          </mxGeometry>
        </mxCell>
        <mxCell id="VAVcrOQZbDeR2DRLSXw2-5" parent="1" style="text;html=1;whiteSpace=wrap;strokeColor=none;fillColor=none;align=center;verticalAlign=middle;rounded=0;" value="clk" vertex="1">
          <mxGeometry height="20" width="50" x="190" y="330" as="geometry" />
        </mxCell>
        <mxCell id="VAVcrOQZbDeR2DRLSXw2-6" parent="1" style="text;html=1;whiteSpace=wrap;strokeColor=none;fillColor=none;align=center;verticalAlign=middle;rounded=0;" value="rst_n" vertex="1">
          <mxGeometry height="20" width="50" x="190" y="360" as="geometry" />
        </mxCell>
-         <mxCell id="xwufIWdPgVpht8cFhzrq-1" edge="1" parent="1" style="endArrow=classic;html=1;rounded=0;" value="">
+         <mxCell id="xwufIWdPgVpht8cFhzrq-1" edge="1" parent="1" style="endArrow=classic;html=1;rounded=0;fontStyle=1" value="">
          <mxGeometry height="50" relative="1" width="50" as="geometry">
            <mxPoint x="400" y="320" as="sourcePoint" />
            <mxPoint x="440" y="320" as="targetPoint" />
          </mxGeometry>
        </mxCell>
        <mxCell id="xwufIWdPgVpht8cFhzrq-4" parent="1" style="text;html=1;whiteSpace=wrap;strokeColor=none;fillColor=none;align=center;verticalAlign=middle;rounded=0;" value="dec_en" vertex="1">
          <mxGeometry height="20" width="50" x="440" y="310" as="geometry" />
        </mxCell>
        <mxCell id="xwufIWdPgVpht8cFhzrq-6" parent="1" style="text;html=1;whiteSpace=wrap;strokeColor=none;fillColor=none;align=center;verticalAlign=middle;rounded=0;" value="push" vertex="1">
          <mxGeometry height="20" width="40" x="440" y="350" as="geometry" />
        </mxCell>
-         <mxCell id="xwufIWdPgVpht8cFhzrq-7" edge="1" parent="1" style="endArrow=classic;html=1;rounded=0;" value="">
+         <mxCell id="xwufIWdPgVpht8cFhzrq-7" edge="1" parent="1" style="endArrow=classic;html=1;rounded=0;fontStyle=1" value="">
          <mxGeometry height="50" relative="1" width="50" as="geometry">
            <mxPoint x="400" y="359.83" as="sourcePoint" />
            <mxPoint x="440" y="359.83" as="targetPoint" />
          </mxGeometry>
        </mxCell>
      </root>
    </mxGraphModel>
  </diagram>
  <diagram id="EmpDpsy_r7q6UUkdSIuZ" name="CTL FSM">
    <mxGraphModel dx="314" dy="442" grid="1" gridSize="10" guides="1" tooltips="1" connect="1" arrows="1" fold="1" page="1" pageScale="1" pageWidth="850" pageHeight="1100" math="0" shadow="0">
      <root>
        <mxCell id="0" />
        <mxCell id="1" parent="0" />
        <mxCell id="EW58-9rXSnDX6RP6FTQy-5" edge="1" parent="1" source="EW58-9rXSnDX6RP6FTQy-1" style="edgeStyle=orthogonalEdgeStyle;rounded=0;orthogonalLoop=1;jettySize=auto;html=1;entryX=0;entryY=0.5;entryDx=0;entryDy=0;" target="EW58-9rXSnDX6RP6FTQy-2">
          <mxGeometry relative="1" as="geometry" />
        </mxCell>
        <mxCell id="EW58-9rXSnDX6RP6FTQy-1" parent="1" style="ellipse;whiteSpace=wrap;html=1;" value="IDLE" vertex="1">
          <mxGeometry height="80" width="120" x="240" y="70" as="geometry" />
        </mxCell>
        <mxCell id="EW58-9rXSnDX6RP6FTQy-6" edge="1" parent="1" source="EW58-9rXSnDX6RP6FTQy-2" style="edgeStyle=orthogonalEdgeStyle;rounded=0;orthogonalLoop=1;jettySize=auto;html=1;entryX=0.5;entryY=0;entryDx=0;entryDy=0;" target="EW58-9rXSnDX6RP6FTQy-3">
          <mxGeometry relative="1" as="geometry" />
        </mxCell>
        <mxCell id="EW58-9rXSnDX6RP6FTQy-2" parent="1" style="ellipse;whiteSpace=wrap;html=1;" value="ENCODER&lt;br&gt;-------------&lt;br&gt;enc_en = 1" vertex="1">
          <mxGeometry height="80" width="120" x="440" y="70" as="geometry" />
        </mxCell>
        <mxCell id="4sdpeompC0_zFdnh-VaF-34" edge="1" parent="1" source="EW58-9rXSnDX6RP6FTQy-3" style="edgeStyle=orthogonalEdgeStyle;rounded=0;orthogonalLoop=1;jettySize=auto;html=1;" target="EW58-9rXSnDX6RP6FTQy-4" value="">
          <mxGeometry relative="1" as="geometry" />
        </mxCell>
        <mxCell id="EW58-9rXSnDX6RP6FTQy-3" parent="1" style="ellipse;whiteSpace=wrap;html=1;" value="LOAD&lt;div&gt;-------------&lt;br&gt;load = 1&lt;/div&gt;&lt;div&gt;start_o = 1&lt;/div&gt;" vertex="1">
          <mxGeometry height="80" width="120" x="440" y="200" as="geometry" />
        </mxCell>
        <mxCell id="EW58-9rXSnDX6RP6FTQy-4" parent="1" style="ellipse;whiteSpace=wrap;html=1;" value="SHIFT&lt;br&gt;-------------&lt;br&gt;shift = 1" vertex="1">
          <mxGeometry height="80" width="120" x="440" y="320" as="geometry" />
        </mxCell>
        <mxCell id="4sdpeompC0_zFdnh-VaF-1" parent="1" style="text;html=1;whiteSpace=wrap;strokeColor=none;fillColor=none;align=center;verticalAlign=middle;rounded=0;rotation=29;" value="bit_count == 10" vertex="1">
          <mxGeometry height="20" width="100" x="340" y="300" as="geometry" />
        </mxCell>
        <mxCell id="4sdpeompC0_zFdnh-VaF-3" parent="1" style="text;html=1;whiteSpace=wrap;strokeColor=none;fillColor=none;align=center;verticalAlign=middle;rounded=0;" value="i_enc" vertex="1">
          <mxGeometry height="20" width="50" x="370" y="90" as="geometry" />
        </mxCell>
        <mxCell id="4sdpeompC0_zFdnh-VaF-7" edge="1" parent="1" source="EW58-9rXSnDX6RP6FTQy-1" style="edgeStyle=orthogonalEdgeStyle;rounded=0;orthogonalLoop=1;jettySize=auto;html=1;exitX=0;exitY=0;exitDx=0;exitDy=0;entryX=0;entryY=0.5;entryDx=0;entryDy=0;curved=1;innerLoopWaypoints=1;" target="EW58-9rXSnDX6RP6FTQy-1">
          <mxGeometry relative="1" as="geometry">
            <Array as="points">
              <mxPoint x="257.6" y="70" />
              <mxPoint x="210" y="70" />
              <mxPoint x="210" y="110" />
            </Array>
          </mxGeometry>
        </mxCell>
        <mxCell id="4sdpeompC0_zFdnh-VaF-8" edge="1" parent="1" style="endArrow=classic;html=1;rounded=0;entryX=0.5;entryY=0;entryDx=0;entryDy=0;" target="EW58-9rXSnDX6RP6FTQy-1" value="">
          <mxGeometry height="50" relative="1" width="50" as="geometry">
            <mxPoint x="300" y="30" as="sourcePoint" />
            <mxPoint x="340" y="-50" as="targetPoint" />
          </mxGeometry>
        </mxCell>
        <mxCell id="4sdpeompC0_zFdnh-VaF-9" parent="1" style="text;html=1;whiteSpace=wrap;strokeColor=none;fillColor=none;align=center;verticalAlign=middle;rounded=0;" value="rst_n" vertex="1">
          <mxGeometry height="20" width="40" x="300" y="30" as="geometry" />
        </mxCell>
        <mxCell id="4sdpeompC0_zFdnh-VaF-10" edge="1" parent="1" source="4sdpeompC0_zFdnh-VaF-11" style="edgeStyle=orthogonalEdgeStyle;rounded=0;orthogonalLoop=1;jettySize=auto;html=1;entryX=0;entryY=0.5;entryDx=0;entryDy=0;" target="4sdpeompC0_zFdnh-VaF-13">
          <mxGeometry relative="1" as="geometry" />
        </mxCell>
        <mxCell id="4sdpeompC0_zFdnh-VaF-11" parent="1" style="ellipse;whiteSpace=wrap;html=1;" value="IDLE" vertex="1">
          <mxGeometry height="80" width="120" x="239.97" y="520" as="geometry" />
        </mxCell>
        <mxCell id="4pLM7IWviUp6uyvtzNUv-2" edge="1" parent="1" source="4sdpeompC0_zFdnh-VaF-13" style="edgeStyle=orthogonalEdgeStyle;rounded=0;orthogonalLoop=1;jettySize=auto;html=1;entryX=0.5;entryY=0;entryDx=0;entryDy=0;" target="4sdpeompC0_zFdnh-VaF-15">
          <mxGeometry relative="1" as="geometry" />
        </mxCell>
        <mxCell id="4sdpeompC0_zFdnh-VaF-13" parent="1" style="ellipse;whiteSpace=wrap;html=1;" value="SHIFT&lt;br&gt;-------------&lt;br&gt;push = 1" vertex="1">
          <mxGeometry height="80" width="120" x="439.97" y="520" as="geometry" />
        </mxCell>
        <mxCell id="4sdpeompC0_zFdnh-VaF-37" edge="1" parent="1" source="4sdpeompC0_zFdnh-VaF-15" style="edgeStyle=orthogonalEdgeStyle;rounded=0;orthogonalLoop=1;jettySize=auto;html=1;" target="4sdpeompC0_zFdnh-VaF-31" value="">
          <mxGeometry relative="1" as="geometry" />
        </mxCell>
        <mxCell id="4sdpeompC0_zFdnh-VaF-15" parent="1" style="ellipse;whiteSpace=wrap;html=1;" value="DECODER&lt;div&gt;-------------&lt;br&gt;dec_en = 1&lt;/div&gt;" vertex="1">
          <mxGeometry height="80" width="120" x="439.97" y="680" as="geometry" />
        </mxCell>
        <mxCell id="4sdpeompC0_zFdnh-VaF-18" parent="1" style="text;html=1;whiteSpace=wrap;strokeColor=none;fillColor=none;align=center;verticalAlign=middle;rounded=0;rotation=0;" value="bit_count == 10" vertex="1">
          <mxGeometry height="20" width="100" x="500" y="630" as="geometry" />
        </mxCell>
        <mxCell id="4sdpeompC0_zFdnh-VaF-20" edge="1" parent="1" source="4sdpeompC0_zFdnh-VaF-11" style="edgeStyle=orthogonalEdgeStyle;rounded=0;orthogonalLoop=1;jettySize=auto;html=1;exitX=0;exitY=0;exitDx=0;exitDy=0;entryX=0;entryY=0.5;entryDx=0;entryDy=0;curved=1;innerLoopWaypoints=1;" target="4sdpeompC0_zFdnh-VaF-11">
          <mxGeometry relative="1" as="geometry">
            <Array as="points">
              <mxPoint x="257.57" y="520" />
              <mxPoint x="209.97" y="520" />
              <mxPoint x="209.97" y="560" />
            </Array>
          </mxGeometry>
        </mxCell>
        <mxCell id="4sdpeompC0_zFdnh-VaF-21" edge="1" parent="1" style="endArrow=classic;html=1;rounded=0;entryX=0.5;entryY=0;entryDx=0;entryDy=0;" target="4sdpeompC0_zFdnh-VaF-11" value="">
          <mxGeometry height="50" relative="1" width="50" as="geometry">
            <mxPoint x="299.97" y="480" as="sourcePoint" />
            <mxPoint x="339.97" y="400" as="targetPoint" />
          </mxGeometry>
        </mxCell>
        <mxCell id="4sdpeompC0_zFdnh-VaF-22" parent="1" style="text;html=1;whiteSpace=wrap;strokeColor=none;fillColor=none;align=center;verticalAlign=middle;rounded=0;" value="rst_n" vertex="1">
          <mxGeometry height="20" width="40" x="299.97" y="480" as="geometry" />
        </mxCell>
        <mxCell id="4sdpeompC0_zFdnh-VaF-23" parent="1" style="text;html=1;whiteSpace=wrap;strokeColor=none;fillColor=none;align=center;verticalAlign=middle;rounded=0;" value="i_dec" vertex="1">
          <mxGeometry height="20" width="50" x="369.97" y="540" as="geometry" />
        </mxCell>
        <mxCell id="4sdpeompC0_zFdnh-VaF-30" edge="1" parent="1" source="4sdpeompC0_zFdnh-VaF-13" style="edgeStyle=orthogonalEdgeStyle;rounded=0;orthogonalLoop=1;jettySize=auto;html=1;exitX=0.5;exitY=0;exitDx=0;exitDy=0;entryX=1;entryY=0.5;entryDx=0;entryDy=0;curved=1;" target="4sdpeompC0_zFdnh-VaF-13">
          <mxGeometry relative="1" as="geometry" />
        </mxCell>
        <mxCell id="4sdpeompC0_zFdnh-VaF-31" parent="1" style="ellipse;whiteSpace=wrap;html=1;" value="FINISH&lt;div&gt;-------------&lt;br&gt;dec_en = 0&lt;/div&gt;" vertex="1">
          <mxGeometry height="80" width="120" x="239.97" y="680" as="geometry" />
        </mxCell>
        <mxCell id="4sdpeompC0_zFdnh-VaF-32" parent="1" style="ellipse;whiteSpace=wrap;html=1;" value="FINISH&lt;div&gt;-------------&lt;br&gt;shift = 0&lt;/div&gt;&lt;div&gt;start_o = 0&lt;/div&gt;" vertex="1">
          <mxGeometry height="80" width="120" x="240" y="200" as="geometry" />
        </mxCell>
        <mxCell id="4sdpeompC0_zFdnh-VaF-35" edge="1" parent="1" source="EW58-9rXSnDX6RP6FTQy-4" style="endArrow=classic;html=1;rounded=0;exitX=0;exitY=0;exitDx=0;exitDy=0;entryX=1;entryY=1;entryDx=0;entryDy=0;" target="4sdpeompC0_zFdnh-VaF-32" value="">
          <mxGeometry height="50" relative="1" width="50" as="geometry">
            <mxPoint x="400" y="350" as="sourcePoint" />
            <mxPoint x="450" y="300" as="targetPoint" />
          </mxGeometry>
        </mxCell>
        <mxCell id="4sdpeompC0_zFdnh-VaF-36" edge="1" parent="1" source="4sdpeompC0_zFdnh-VaF-32" style="endArrow=classic;html=1;rounded=0;entryX=0;entryY=1;entryDx=0;entryDy=0;exitX=1;exitY=0;exitDx=0;exitDy=0;" target="EW58-9rXSnDX6RP6FTQy-2" value="">
          <mxGeometry height="50" relative="1" width="50" as="geometry">
            <mxPoint x="380" y="190" as="sourcePoint" />
            <mxPoint x="430" y="140" as="targetPoint" />
          </mxGeometry>
        </mxCell>
        <mxCell id="4sdpeompC0_zFdnh-VaF-38" edge="1" parent="1" source="4sdpeompC0_zFdnh-VaF-31" style="endArrow=classic;html=1;rounded=0;exitX=1;exitY=0;exitDx=0;exitDy=0;entryX=0;entryY=1;entryDx=0;entryDy=0;" target="4sdpeompC0_zFdnh-VaF-13" value="">
          <mxGeometry height="50" relative="1" width="50" as="geometry">
            <mxPoint x="339.97" y="660" as="sourcePoint" />
            <mxPoint x="389.97" y="610" as="targetPoint" />
          </mxGeometry>
        </mxCell>
        <mxCell id="9wPeDhh8wmLyt1vG4DMr-1" parent="1" style="text;html=1;whiteSpace=wrap;strokeColor=none;fillColor=none;align=center;verticalAlign=middle;rounded=0;" value="!i_dec" vertex="1">
          <mxGeometry height="20" width="50" x="190" y="500" as="geometry" />
        </mxCell>
        <mxCell id="9wPeDhh8wmLyt1vG4DMr-2" parent="1" style="text;html=1;whiteSpace=wrap;strokeColor=none;fillColor=none;align=center;verticalAlign=middle;rounded=0;" value="!i_enc" vertex="1">
          <mxGeometry height="20" width="50" x="190" y="50" as="geometry" />
        </mxCell>
      </root>
    </mxGraphModel>
  </diagram>
  <diagram id="fxTHtI31-5r9ZzWnkU1u" name="ICG">
    <mxGraphModel dx="785" dy="1105" grid="1" gridSize="10" guides="1" tooltips="1" connect="1" arrows="1" fold="1" page="1" pageScale="1" pageWidth="850" pageHeight="1100" math="0" shadow="0">
      <root>
        <mxCell id="0" />
        <mxCell id="1" parent="0" />
      </root>
    </mxGraphModel>
  </diagram>
</mxfile>
